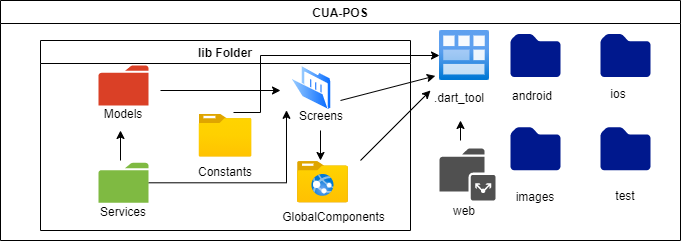
Earlier version of the draw.io export image/flutter-structuration.drawio.png (vetsonombana/diagram). Source tidied: cells renumbered, new cells last; positions are measured from the earlier drawing's top-left corner, leaving out a move shared by most shapes.
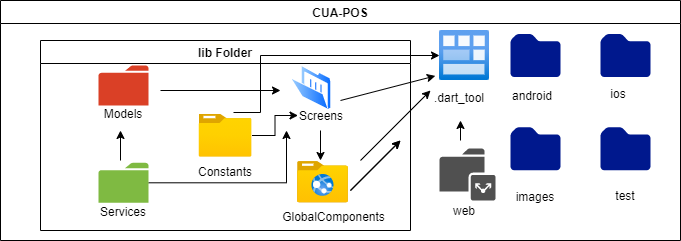
The same diagram one commit later.

Change to the diagram source:
```diff
@@ -26,8 +26,10 @@
     <mxCell id="9" style="perimeter=ellipsePerimeter;html=1;align=center;shadow=0;dashed=0;spacingTop=3;image;image=img/lib/active_directory/folder_open.svg;" parent="7" vertex="1">
       <mxGeometry x="250" y="25" width="41.4" height="45" as="geometry" />
     </mxCell>
-    <mxCell id="10" style="edgeStyle=orthogonalEdgeStyle;rounded=0;jettySize=auto;html=1;entryX=-0.097;entryY=0.996;entryDx=0;entryDy=0;entryPerimeter=0;" parent="7" edge="1" source="11" target="9">
-      <mxGeometry relative="1" as="geometry" />
+    <mxCell id="10" style="edgeStyle=orthogonalEdgeStyle;rounded=0;jettySize=auto;html=1;" parent="7" edge="1" source="11">
+      <mxGeometry relative="1" as="geometry">
+        <mxPoint x="246" y="90" as="targetPoint" />
+      </mxGeometry>
     </mxCell>
     <mxCell id="11" style="shadow=0;dashed=0;html=1;strokeColor=none;labelPosition=center;verticalLabelPosition=bottom;verticalAlign=top;outlineConnect=0;align=center;shape=mxgraph.office.concepts.folder;fillColor=#7FBA42;" parent="7" vertex="1">
       <mxGeometry x="58" y="122.3" width="50" height="40" as="geometry" />
@@ -47,6 +49,9 @@
     <mxCell id="16" value="Models" style="text;html=1;strokeColor=none;fillColor=none;align=center;verticalAlign=middle;whiteSpace=wrap;rounded=0;" parent="7" vertex="1">
       <mxGeometry x="40" y="60" width="86" height="25" as="geometry" />
     </mxCell>
+    <mxCell id="34" style="edgeStyle=orthogonalEdgeStyle;rounded=0;jettySize=auto;html=1;" parent="7" edge="1" source="17" target="12">
+      <mxGeometry relative="1" as="geometry" />
+    </mxCell>
     <mxCell id="17" style="html=1;points=[];align=center;image;fontSize=12;image=img/lib/azure2/general/Folder_Blank.svg;" parent="7" vertex="1">
       <mxGeometry x="158.5" y="73.5" width="53" height="43" as="geometry" />
     </mxCell>
@@ -121,5 +126,17 @@
         <mxPoint x="460" y="120" as="targetPoint" />
       </mxGeometry>
     </mxCell>
+    <mxCell id="35" style="endArrow=classic;html=1;" parent="1" edge="1">
+      <mxGeometry relative="1" as="geometry">
+        <mxPoint x="350" y="190" as="sourcePoint" />
+        <mxPoint x="400" y="140" as="targetPoint" />
+      </mxGeometry>
+    </mxCell>
+    <mxCell id="36" style="endArrow=classic;html=1;" parent="1" edge="1">
+      <mxGeometry relative="1" as="geometry">
+        <mxPoint x="350" y="190" as="sourcePoint" />
+        <mxPoint x="400" y="140" as="targetPoint" />
+      </mxGeometry>
+    </mxCell>
   </root>
 </mxGraphModel>
```
